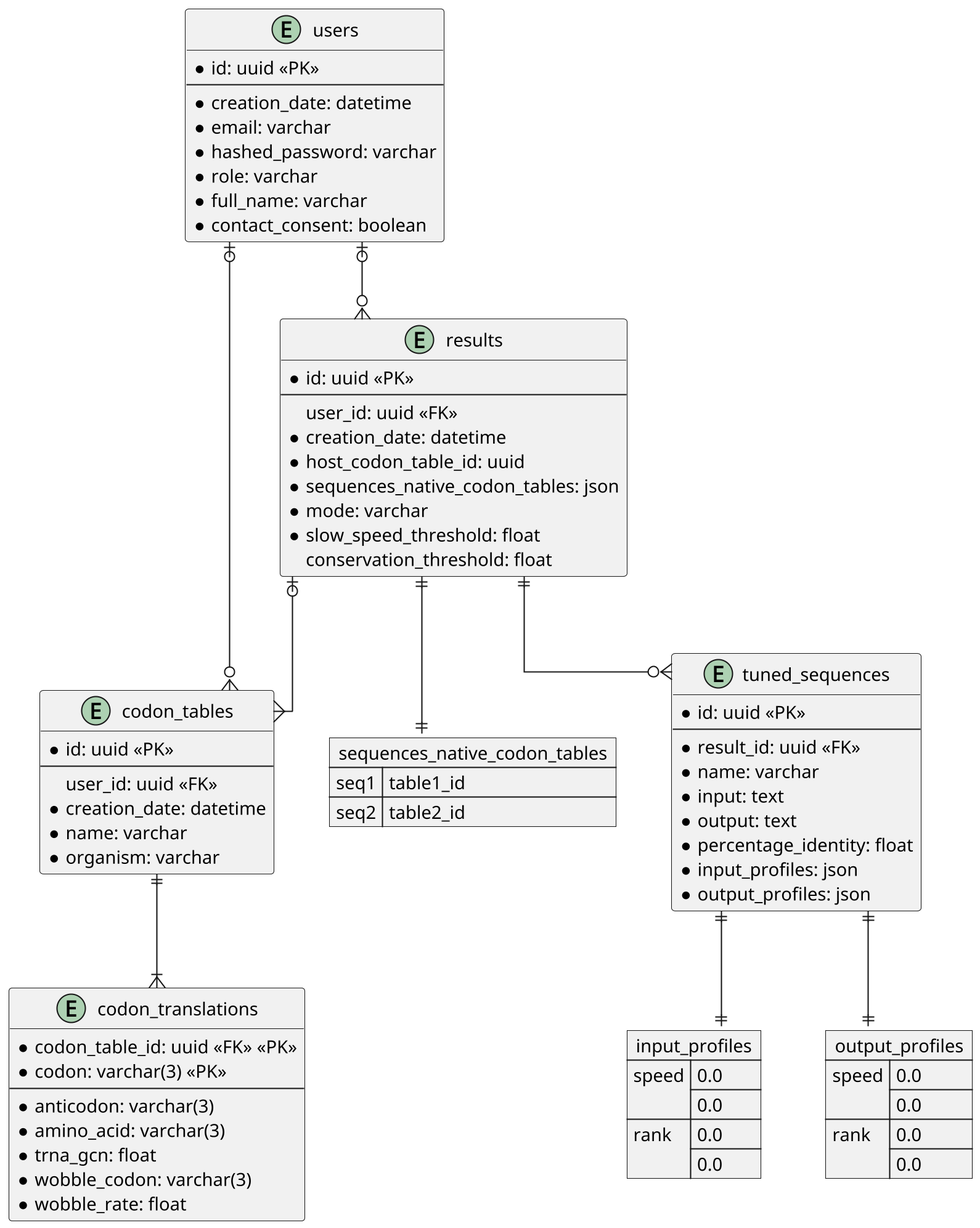
Earlier version of the PlantUML export documentation/db_schema.png (tbonnabaud/expressinhost_web).
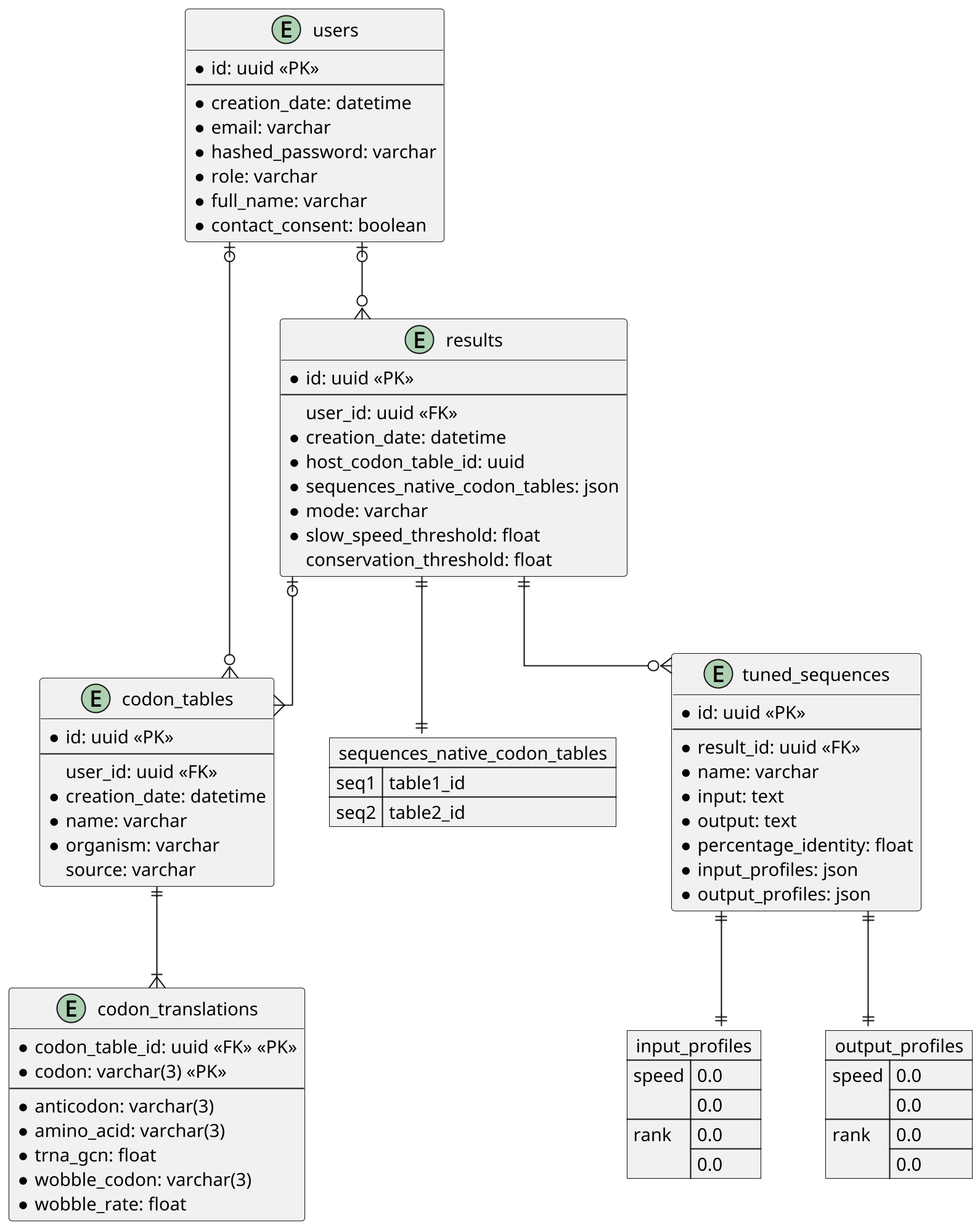
After the change.

Commit message:
Add the new column in db schema

What changed in the source:
```diff
@@ -21,6 +21,7 @@
     * creation_date: datetime
     * name: varchar
     * organism: varchar
+    source: varchar
 }
 
 entity codon_translations {
```
